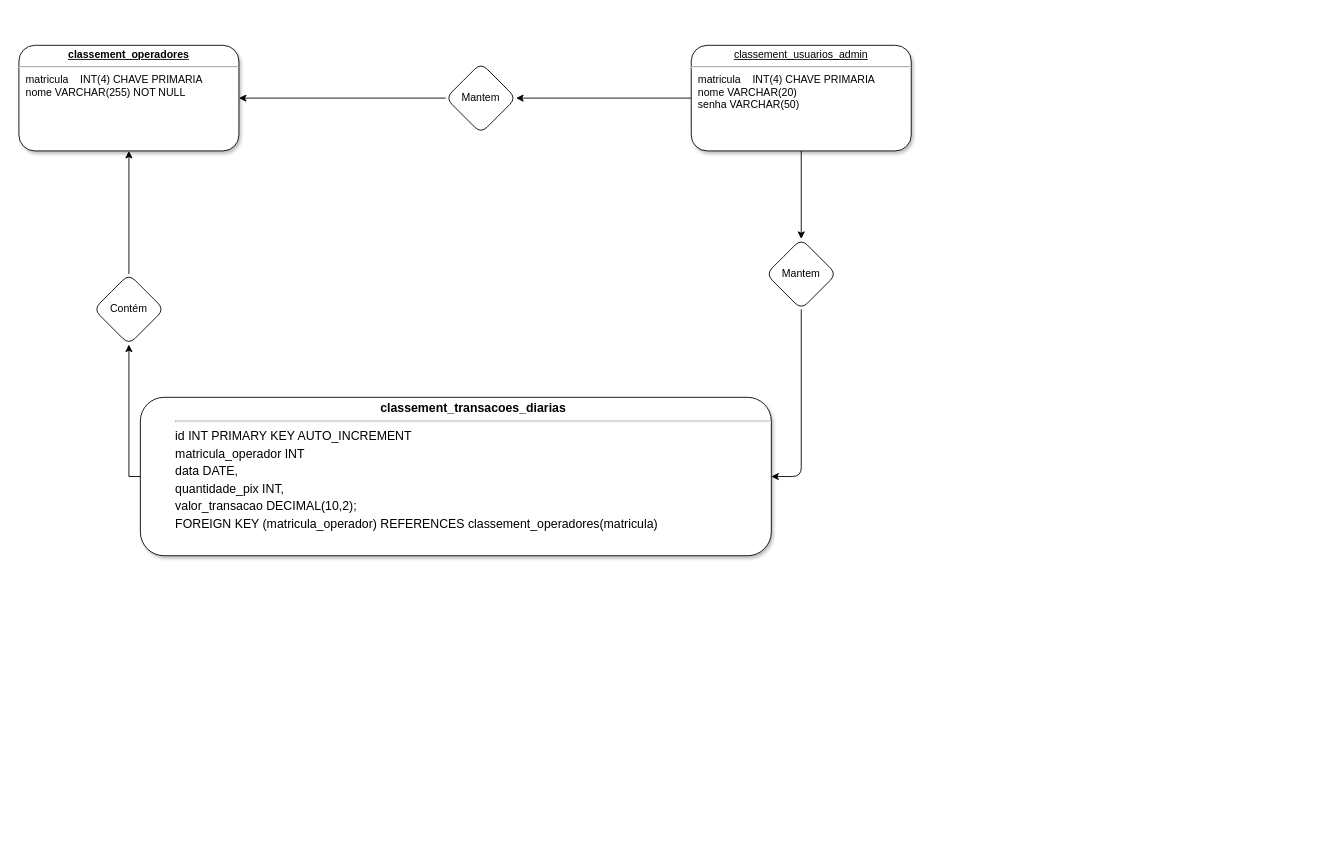
The draw.io diagram docs/database/banco.drawio in KennysSparda/Classement, before the edit. Source tidied: cells renumbered, new cells numbered last; positions are measured from the earlier drawing's top-left corner, leaving out a move shared by most shapes. Both pictures are drawn from the tidied source at 88%, with x=0, y=0 at pixel (18, 45).
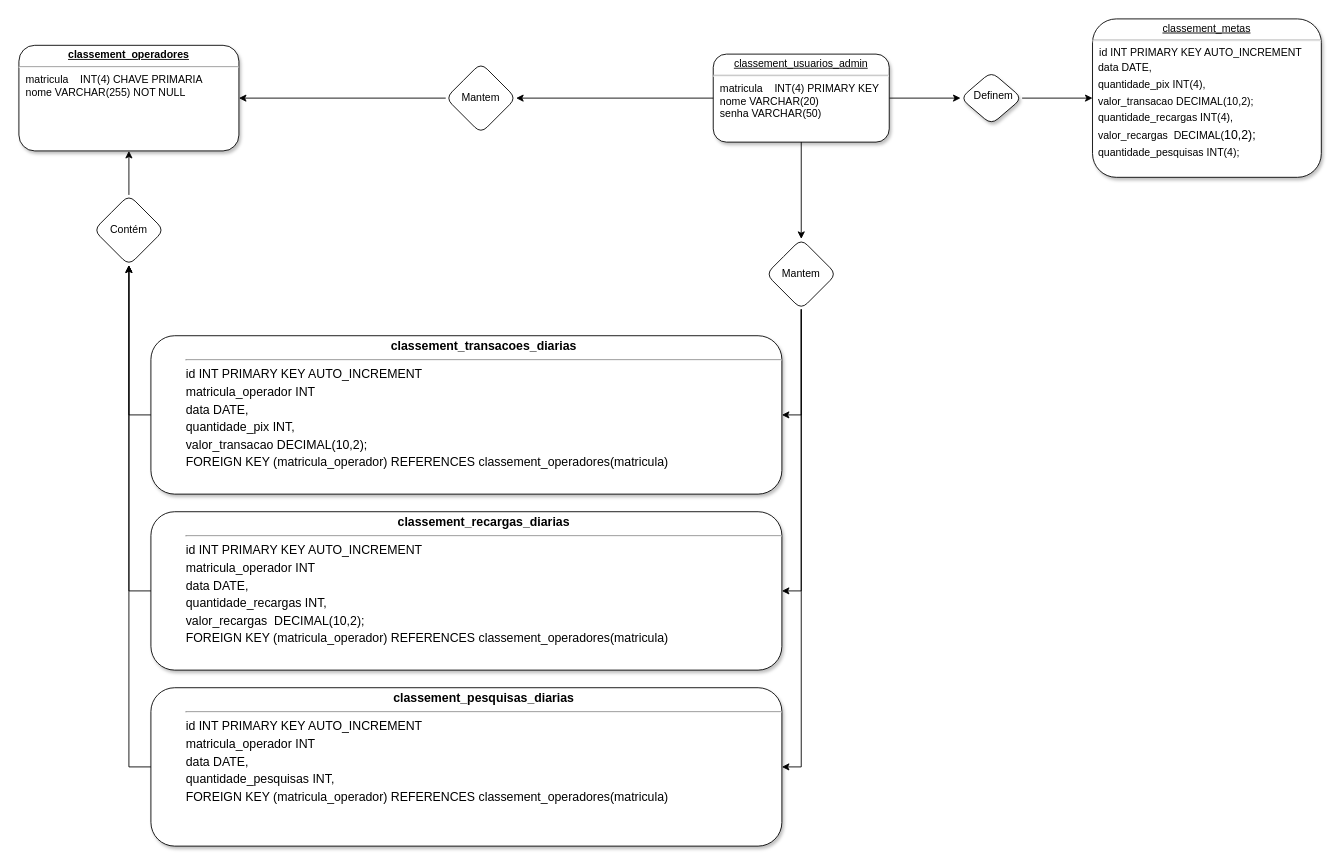
Above is the later version.

The change refers to these unchanged cells:
```xml
<mxCell id="6" value="Mantem" style="rhombus;whiteSpace=wrap;html=1;rounded=1;labelBackgroundColor=none;" parent="1" vertex="1">
  <mxGeometry x="849" y="220" width="80" height="80" as="geometry" />
</mxCell>
```

Change to the diagram source:
```diff
@@
+    <mxCell id="14" style="edgeStyle=orthogonalEdgeStyle;rounded=0;jettySize=auto;html=1;" parent="1" edge="1" source="4" target="18">
+      <mxGeometry relative="1" as="geometry" />
+    </mxCell>
-    <mxCell id="4" value="&lt;p style=&quot;margin: 0px; margin-top: 4px; text-align: center; text-decoration: underline;&quot;&gt;classement_usuarios_admin&lt;br&gt;&lt;/p&gt;&lt;hr&gt;&lt;p style=&quot;margin: 0px; margin-left: 8px;&quot;&gt;matricula&lt;span style=&quot;&quot;&gt;&lt;span style=&quot;&quot;&gt;&amp;nbsp;&amp;nbsp;&amp;nbsp;&amp;nbsp;&lt;/span&gt;&lt;/span&gt;INT(4) CHAVE PRIMARIA&lt;/p&gt;&lt;p style=&quot;margin: 0px; margin-left: 8px;&quot;&gt;nome VARCHAR(20)&lt;/p&gt;&lt;p style=&quot;margin: 0px; margin-left: 8px;&quot;&gt;&lt;span style=&quot;background-color: initial;&quot;&gt;senha VARCHAR(50)&lt;/span&gt;&lt;/p&gt;" style="verticalAlign=top;align=left;overflow=fill;fontSize=12;fontFamily=Helvetica;html=1;shadow=1;rounded=1;labelBackgroundColor=none;" parent="1" vertex="1">
-      <mxGeometry x="764" width="250" height="120" as="geometry" />
+    <mxCell id="4" value="&lt;p style=&quot;margin: 0px; margin-top: 4px; text-align: center; text-decoration: underline;&quot;&gt;classement_usuarios_admin&lt;br&gt;&lt;/p&gt;&lt;hr&gt;&lt;p style=&quot;margin: 0px; margin-left: 8px;&quot;&gt;matricula&lt;span style=&quot;&quot;&gt;&lt;span style=&quot;&quot;&gt;&amp;nbsp;&amp;nbsp;&amp;nbsp;&amp;nbsp;&lt;/span&gt;&lt;/span&gt;INT(4) PRIMARY KEY&lt;/p&gt;&lt;p style=&quot;margin: 0px; margin-left: 8px;&quot;&gt;nome VARCHAR(20)&lt;/p&gt;&lt;p style=&quot;margin: 0px; margin-left: 8px;&quot;&gt;&lt;span style=&quot;background-color: initial;&quot;&gt;senha VARCHAR(50)&lt;/span&gt;&lt;/p&gt;" style="verticalAlign=top;align=left;overflow=fill;fontSize=12;fontFamily=Helvetica;html=1;shadow=1;rounded=1;labelBackgroundColor=none;" parent="1" vertex="1">
+      <mxGeometry x="789" y="10" width="200" height="100" as="geometry" />
     </mxCell>
+    <mxCell id="15" style="edgeStyle=orthogonalEdgeStyle;rounded=0;jettySize=auto;html=1;fontSize=12;entryX=1;entryY=0.5;entryDx=0;entryDy=0;" parent="1" edge="1" source="6" target="21">
+      <mxGeometry relative="1" as="geometry" />
+    </mxCell>
-    <mxCell id="5" style="edgeStyle=orthogonalEdgeStyle;rounded=1;jettySize=auto;html=1;entryX=1;entryY=0.5;entryDx=0;entryDy=0;labelBackgroundColor=none;fontColor=default;exitX=0.5;exitY=1;exitDx=0;exitDy=0;" parent="1" edge="1" source="6" target="8">
-      <mxGeometry relative="1" as="geometry">
-        <Array as="points">
-          <mxPoint x="889" y="490" />
-        </Array>
-      </mxGeometry>
+    <mxCell id="5" style="edgeStyle=orthogonalEdgeStyle;rounded=0;jettySize=auto;html=1;entryX=1;entryY=0.5;entryDx=0;entryDy=0;fontSize=12;" parent="1" edge="1" source="6" target="8">
+      <mxGeometry relative="1" as="geometry" />
     </mxCell>
+    <mxCell id="16" style="edgeStyle=orthogonalEdgeStyle;rounded=0;jettySize=auto;html=1;entryX=1;entryY=0.5;entryDx=0;entryDy=0;fontSize=12;" parent="1" edge="1" source="6" target="23">
+      <mxGeometry relative="1" as="geometry" />
+    </mxCell>
@@
     <mxCell id="7" style="edgeStyle=orthogonalEdgeStyle;rounded=0;jettySize=auto;html=1;entryX=0.5;entryY=1;entryDx=0;entryDy=0;" parent="1" edge="1" source="8" target="13">
       <mxGeometry relative="1" as="geometry">
         <Array as="points">
-          <mxPoint x="125" y="490" />
+          <mxPoint x="125" y="420" />
         </Array>
       </mxGeometry>
     </mxCell>
     <mxCell id="8" value="&lt;blockquote style=&quot;margin: 0 0 0 40px; border: none; padding: 0px;&quot;&gt;&lt;p style=&quot;margin: 4px 0px 0px; text-align: center;&quot;&gt;&lt;font style=&quot;font-size: 14px;&quot;&gt;&lt;b&gt;classement_transacoes_diarias&lt;/b&gt;&lt;/font&gt;&lt;/p&gt;&lt;hr&gt;&lt;div style=&quot;line-height: 19px;&quot;&gt;&lt;div style=&quot;&quot;&gt;&lt;font style=&quot;font-size: 14px;&quot;&gt;id INT PRIMARY KEY AUTO_INCREMENT&lt;/font&gt;&lt;/div&gt;&lt;/div&gt;&lt;div style=&quot;line-height: 19px;&quot;&gt;&lt;div style=&quot;&quot;&gt;&lt;font style=&quot;font-size: 14px;&quot;&gt;matricula_operador INT&lt;/font&gt;&lt;/div&gt;&lt;/div&gt;&lt;div style=&quot;line-height: 19px;&quot;&gt;&lt;div style=&quot;&quot;&gt;&lt;font style=&quot;font-size: 14px;&quot;&gt;data DATE,&lt;/font&gt;&lt;/div&gt;&lt;/div&gt;&lt;div style=&quot;line-height: 19px;&quot;&gt;&lt;div style=&quot;&quot;&gt;&lt;font style=&quot;font-size: 14px;&quot;&gt;quantidade_pix INT,&lt;/font&gt;&lt;/div&gt;&lt;div style=&quot;&quot;&gt;&lt;font style=&quot;font-size: 14px;&quot;&gt;valor_transacao &lt;span style=&quot;border: 0px solid rgb(217, 217, 227); box-sizing: border-box; --tw-border-spacing-x: 0; --tw-border-spacing-y: 0; --tw-translate-x: 0; --tw-translate-y: 0; --tw-rotate: 0; --tw-skew-x: 0; --tw-skew-y: 0; --tw-scale-x: 1; --tw-scale-y: 1; --tw-pan-x: ; --tw-pan-y: ; --tw-pinch-zoom: ; --tw-scroll-snap-strictness: proximity; --tw-gradient-from-position: ; --tw-gradient-via-position: ; --tw-gradient-to-position: ; --tw-ordinal: ; --tw-slashed-zero: ; --tw-numeric-figure: ; --tw-numeric-spacing: ; --tw-numeric-fraction: ; --tw-ring-inset: ; --tw-ring-offset-width: 0px; --tw-ring-offset-color: #fff; --tw-ring-color: rgba(69,89,164,0.5); --tw-ring-offset-shadow: 0 0 transparent; --tw-ring-shadow: 0 0 transparent; --tw-shadow: 0 0 transparent; --tw-shadow-colored: 0 0 transparent; --tw-blur: ; --tw-brightness: ; --tw-contrast: ; --tw-grayscale: ; --tw-hue-rotate: ; --tw-invert: ; --tw-saturate: ; --tw-sepia: ; --tw-drop-shadow: ; --tw-backdrop-blur: ; --tw-backdrop-brightness: ; --tw-backdrop-contrast: ; --tw-backdrop-grayscale: ; --tw-backdrop-hue-rotate: ; --tw-backdrop-invert: ; --tw-backdrop-opacity: ; --tw-backdrop-saturate: ; --tw-backdrop-sepia: ;&quot; class=&quot;hljs-type&quot;&gt;DECIMAL&lt;/span&gt;(&lt;span style=&quot;border: 0px solid rgb(217, 217, 227); box-sizing: border-box; --tw-border-spacing-x: 0; --tw-border-spacing-y: 0; --tw-translate-x: 0; --tw-translate-y: 0; --tw-rotate: 0; --tw-skew-x: 0; --tw-skew-y: 0; --tw-scale-x: 1; --tw-scale-y: 1; --tw-pan-x: ; --tw-pan-y: ; --tw-pinch-zoom: ; --tw-scroll-snap-strictness: proximity; --tw-gradient-from-position: ; --tw-gradient-via-position: ; --tw-gradient-to-position: ; --tw-ordinal: ; --tw-slashed-zero: ; --tw-numeric-figure: ; --tw-numeric-spacing: ; --tw-numeric-fraction: ; --tw-ring-inset: ; --tw-ring-offset-width: 0px; --tw-ring-offset-color: #fff; --tw-ring-color: rgba(69,89,164,0.5); --tw-ring-offset-shadow: 0 0 transparent; --tw-ring-shadow: 0 0 transparent; --tw-shadow: 0 0 transparent; --tw-shadow-colored: 0 0 transparent; --tw-blur: ; --tw-brightness: ; --tw-contrast: ; --tw-grayscale: ; --tw-hue-rotate: ; --tw-invert: ; --tw-saturate: ; --tw-sepia: ; --tw-drop-shadow: ; --tw-backdrop-blur: ; --tw-backdrop-brightness: ; --tw-backdrop-contrast: ; --tw-backdrop-grayscale: ; --tw-backdrop-hue-rotate: ; --tw-backdrop-invert: ; --tw-backdrop-opacity: ; --tw-backdrop-saturate: ; --tw-backdrop-sepia: ;&quot; class=&quot;hljs-number&quot;&gt;10&lt;/span&gt;,&lt;span style=&quot;border: 0px solid rgb(217, 217, 227); box-sizing: border-box; --tw-border-spacing-x: 0; --tw-border-spacing-y: 0; --tw-translate-x: 0; --tw-translate-y: 0; --tw-rotate: 0; --tw-skew-x: 0; --tw-skew-y: 0; --tw-scale-x: 1; --tw-scale-y: 1; --tw-pan-x: ; --tw-pan-y: ; --tw-pinch-zoom: ; --tw-scroll-snap-strictness: proximity; --tw-gradient-from-position: ; --tw-gradient-via-position: ; --tw-gradient-to-position: ; --tw-ordinal: ; --tw-slashed-zero: ; --tw-numeric-figure: ; --tw-numeric-spacing: ; --tw-numeric-fraction: ; --tw-ring-inset: ; --tw-ring-offset-width: 0px; --tw-ring-offset-color: #fff; --tw-ring-color: rgba(69,89,164,0.5); --tw-ring-offset-shadow: 0 0 transparent; --tw-ring-shadow: 0 0 transparent; --tw-shadow: 0 0 transparent; --tw-shadow-colored: 0 0 transparent; --tw-blur: ; --tw-brightness: ; --tw-contrast: ; --tw-grayscale: ; --tw-hue-rotate: ; --tw-invert: ; --tw-saturate: ; --tw-sepia: ; --tw-drop-shadow: ; --tw-backdrop-blur: ; --tw-backdrop-brightness: ; --tw-backdrop-contrast: ; --tw-backdrop-grayscale: ; --tw-backdrop-hue-rotate: ; --tw-backdrop-invert: ; --tw-backdrop-opacity: ; --tw-backdrop-saturate: ; --tw-backdrop-sepia: ;&quot; class=&quot;hljs-number&quot;&gt;2&lt;/span&gt;);&lt;/font&gt;&lt;font style=&quot;font-size: 14px;&quot;&gt;&lt;br&gt;&lt;/font&gt;&lt;/div&gt;&lt;/div&gt;&lt;div style=&quot;line-height: 19px;&quot;&gt;&lt;div style=&quot;&quot;&gt;&lt;font style=&quot;font-size: 14px;&quot;&gt;FOREIGN KEY (matricula_operador) REFERENCES classement_operadores(matricula)&lt;/font&gt;&lt;/div&gt;&lt;/div&gt;&lt;/blockquote&gt;" style="verticalAlign=top;align=left;overflow=fill;fontSize=12;fontFamily=Helvetica;html=1;shadow=1;labelBackgroundColor=none;rounded=1;" parent="1" vertex="1">
-      <mxGeometry x="138" y="400" width="717" height="180" as="geometry" />
+      <mxGeometry x="150" y="330" width="717" height="180" as="geometry" />
     </mxCell>
@@
     <mxCell id="13" value="Contém" style="rhombus;whiteSpace=wrap;html=1;rounded=1;labelBackgroundColor=none;" parent="1" vertex="1">
-      <mxGeometry x="85" y="260" width="80" height="80" as="geometry" />
+      <mxGeometry x="85" y="170" width="80" height="80" as="geometry" />
     </mxCell>
+    <mxCell id="17" style="edgeStyle=orthogonalEdgeStyle;rounded=0;jettySize=auto;html=1;entryX=0;entryY=0.5;entryDx=0;entryDy=0;" parent="1" edge="1" source="18" target="19">
+      <mxGeometry relative="1" as="geometry" />
+    </mxCell>
+    <mxCell id="18" value="&lt;span style=&quot;white-space: pre;&quot;&gt;&#9;&lt;/span&gt;&lt;br&gt;&amp;nbsp; &amp;nbsp; Definem&lt;br&gt;" style="rhombus;whiteSpace=wrap;html=1;align=left;verticalAlign=top;shadow=1;rounded=1;labelBackgroundColor=none;" parent="1" vertex="1">
+      <mxGeometry x="1070" y="30" width="70" height="60" as="geometry" />
+    </mxCell>
+    <mxCell id="19" value="&lt;p style=&quot;margin: 0px; margin-top: 4px; text-align: center; text-decoration: underline;&quot;&gt;&lt;font style=&quot;font-size: 12px;&quot;&gt;classement_metas&lt;br&gt;&lt;/font&gt;&lt;/p&gt;&lt;hr&gt;&lt;p style=&quot;margin: 0px; margin-left: 8px;&quot;&gt;&lt;font style=&quot;font-size: 12px;&quot;&gt;id INT PRIMARY KEY AUTO_INCREMENT&lt;/font&gt;&lt;/p&gt;&lt;div style=&quot;line-height: 19px;&quot;&gt;&lt;font style=&quot;font-size: 12px;&quot;&gt;&amp;nbsp; data DATE,&lt;/font&gt;&lt;/div&gt;&lt;div style=&quot;line-height: 19px;&quot;&gt;&lt;div&gt;&lt;font style=&quot;font-size: 12px;&quot;&gt;&amp;nbsp; quantidade_pix INT(4),&lt;/font&gt;&lt;/div&gt;&lt;div&gt;&lt;font style=&quot;font-size: 12px;&quot;&gt;&amp;nbsp; valor_transacao&amp;nbsp;DECIMAL(&lt;span style=&quot;border: 0px solid rgb(217, 217, 227); box-sizing: border-box; --tw-border-spacing-x: 0; --tw-border-spacing-y: 0; --tw-translate-x: 0; --tw-translate-y: 0; --tw-rotate: 0; --tw-skew-x: 0; --tw-skew-y: 0; --tw-scale-x: 1; --tw-scale-y: 1; --tw-pan-x: ; --tw-pan-y: ; --tw-pinch-zoom: ; --tw-scroll-snap-strictness: proximity; --tw-gradient-from-position: ; --tw-gradient-via-position: ; --tw-gradient-to-position: ; --tw-ordinal: ; --tw-slashed-zero: ; --tw-numeric-figure: ; --tw-numeric-spacing: ; --tw-numeric-fraction: ; --tw-ring-inset: ; --tw-ring-offset-width: 0px; --tw-ring-offset-color: #fff; --tw-ring-color: rgba(69,89,164,0.5); --tw-ring-offset-shadow: 0 0 transparent; --tw-ring-shadow: 0 0 transparent; --tw-shadow: 0 0 transparent; --tw-shadow-colored: 0 0 transparent; --tw-blur: ; --tw-brightness: ; --tw-contrast: ; --tw-grayscale: ; --tw-hue-rotate: ; --tw-invert: ; --tw-saturate: ; --tw-sepia: ; --tw-drop-shadow: ; --tw-backdrop-blur: ; --tw-backdrop-brightness: ; --tw-backdrop-contrast: ; --tw-backdrop-grayscale: ; --tw-backdrop-hue-rotate: ; --tw-backdrop-invert: ; --tw-backdrop-opacity: ; --tw-backdrop-saturate: ; --tw-backdrop-sepia: ;&quot; class=&quot;hljs-number&quot;&gt;10&lt;/span&gt;,&lt;span style=&quot;border: 0px solid rgb(217, 217, 227); box-sizing: border-box; --tw-border-spacing-x: 0; --tw-border-spacing-y: 0; --tw-translate-x: 0; --tw-translate-y: 0; --tw-rotate: 0; --tw-skew-x: 0; --tw-skew-y: 0; --tw-scale-x: 1; --tw-scale-y: 1; --tw-pan-x: ; --tw-pan-y: ; --tw-pinch-zoom: ; --tw-scroll-snap-strictness: proximity; --tw-gradient-from-position: ; --tw-gradient-via-position: ; --tw-gradient-to-position: ; --tw-ordinal: ; --tw-slashed-zero: ; --tw-numeric-figure: ; --tw-numeric-spacing: ; --tw-numeric-fraction: ; --tw-ring-inset: ; --tw-ring-offset-width: 0px; --tw-ring-offset-color: #fff; --tw-ring-color: rgba(69,89,164,0.5); --tw-ring-offset-shadow: 0 0 transparent; --tw-ring-shadow: 0 0 transparent; --tw-shadow: 0 0 transparent; --tw-shadow-colored: 0 0 transparent; --tw-blur: ; --tw-brightness: ; --tw-contrast: ; --tw-grayscale: ; --tw-hue-rotate: ; --tw-invert: ; --tw-saturate: ; --tw-sepia: ; --tw-drop-shadow: ; --tw-backdrop-blur: ; --tw-backdrop-brightness: ; --tw-backdrop-contrast: ; --tw-backdrop-grayscale: ; --tw-backdrop-hue-rotate: ; --tw-backdrop-invert: ; --tw-backdrop-opacity: ; --tw-backdrop-saturate: ; --tw-backdrop-sepia: ;&quot; class=&quot;hljs-number&quot;&gt;2&lt;/span&gt;);&lt;/font&gt;&lt;/div&gt;&lt;div&gt;&lt;font style=&quot;&quot;&gt;&amp;nbsp; &lt;font style=&quot;font-size: 12px;&quot;&gt;quantidade_recargas INT(4),&lt;/font&gt;&lt;/font&gt;&lt;/div&gt;&lt;div&gt;&lt;font style=&quot;&quot;&gt;&lt;font style=&quot;font-size: 12px;&quot;&gt;&amp;nbsp; valor_recargas&amp;nbsp;&amp;nbsp;DECIMAL(&lt;span style=&quot;border: 0px solid rgb(217, 217, 227); font-size: 14px; box-sizing: border-box; --tw-border-spacing-x: 0; --tw-border-spacing-y: 0; --tw-translate-x: 0; --tw-translate-y: 0; --tw-rotate: 0; --tw-skew-x: 0; --tw-skew-y: 0; --tw-scale-x: 1; --tw-scale-y: 1; --tw-pan-x: ; --tw-pan-y: ; --tw-pinch-zoom: ; --tw-scroll-snap-strictness: proximity; --tw-gradient-from-position: ; --tw-gradient-via-position: ; --tw-gradient-to-position: ; --tw-ordinal: ; --tw-slashed-zero: ; --tw-numeric-figure: ; --tw-numeric-spacing: ; --tw-numeric-fraction: ; --tw-ring-inset: ; --tw-ring-offset-width: 0px; --tw-ring-offset-color: #fff; --tw-ring-color: rgba(69,89,164,0.5); --tw-ring-offset-shadow: 0 0 transparent; --tw-ring-shadow: 0 0 transparent; --tw-shadow: 0 0 transparent; --tw-shadow-colored: 0 0 transparent; --tw-blur: ; --tw-brightness: ; --tw-contrast: ; --tw-grayscale: ; --tw-hue-rotate: ; --tw-invert: ; --tw-saturate: ; --tw-sepia: ; --tw-drop-shadow: ; --tw-backdrop-blur: ; --tw-backdrop-brightness: ; --tw-backdrop-contrast: ; --tw-backdrop-grayscale: ; --tw-backdrop-hue-rotate: ; --tw-backdrop-invert: ; --tw-backdrop-opacity: ; --tw-backdrop-saturate: ; --tw-backdrop-sepia: ;&quot; class=&quot;hljs-number&quot;&gt;10&lt;/span&gt;&lt;span style=&quot;font-size: 14px;&quot;&gt;,&lt;/span&gt;&lt;span style=&quot;border: 0px solid rgb(217, 217, 227); font-size: 14px; box-sizing: border-box; --tw-border-spacing-x: 0; --tw-border-spacing-y: 0; --tw-translate-x: 0; --tw-translate-y: 0; --tw-rotate: 0; --tw-skew-x: 0; --tw-skew-y: 0; --tw-scale-x: 1; --tw-scale-y: 1; --tw-pan-x: ; --tw-pan-y: ; --tw-pinch-zoom: ; --tw-scroll-snap-strictness: proximity; --tw-gradient-from-position: ; --tw-gradient-via-position: ; --tw-gradient-to-position: ; --tw-ordinal: ; --tw-slashed-zero: ; --tw-numeric-figure: ; --tw-numeric-spacing: ; --tw-numeric-fraction: ; --tw-ring-inset: ; --tw-ring-offset-width: 0px; --tw-ring-offset-color: #fff; --tw-ring-color: rgba(69,89,164,0.5); --tw-ring-offset-shadow: 0 0 transparent; --tw-ring-shadow: 0 0 transparent; --tw-shadow: 0 0 transparent; --tw-shadow-colored: 0 0 transparent; --tw-blur: ; --tw-brightness: ; --tw-contrast: ; --tw-grayscale: ; --tw-hue-rotate: ; --tw-invert: ; --tw-saturate: ; --tw-sepia: ; --tw-drop-shadow: ; --tw-backdrop-blur: ; --tw-backdrop-brightness: ; --tw-backdrop-contrast: ; --tw-backdrop-grayscale: ; --tw-backdrop-hue-rotate: ; --tw-backdrop-invert: ; --tw-backdrop-opacity: ; --tw-backdrop-saturate: ; --tw-backdrop-sepia: ;&quot; class=&quot;hljs-number&quot;&gt;2&lt;/span&gt;&lt;span style=&quot;font-size: 14px;&quot;&gt;);&lt;/span&gt;&lt;br&gt;&lt;/font&gt;&lt;/font&gt;&lt;/div&gt;&lt;div&gt;&lt;font style=&quot;font-size: 12px;&quot;&gt;&amp;nbsp; quantidade_pesquisas INT(4);&lt;/font&gt;&lt;/div&gt;&lt;/div&gt;" style="verticalAlign=top;align=left;overflow=fill;fontSize=12;fontFamily=Helvetica;html=1;shadow=1;rounded=1;labelBackgroundColor=none;" parent="1" vertex="1">
+      <mxGeometry x="1220" y="-30" width="260" height="180" as="geometry" />
+    </mxCell>
+    <mxCell id="20" style="edgeStyle=orthogonalEdgeStyle;rounded=0;jettySize=auto;html=1;entryX=0.5;entryY=1;entryDx=0;entryDy=0;fontSize=12;exitX=0;exitY=0.5;exitDx=0;exitDy=0;" parent="1" edge="1" source="21" target="13">
+      <mxGeometry relative="1" as="geometry">
+        <Array as="points">
+          <mxPoint x="125" y="620" />
+        </Array>
+      </mxGeometry>
+    </mxCell>
+    <mxCell id="21" value="&lt;blockquote style=&quot;margin: 0 0 0 40px; border: none; padding: 0px;&quot;&gt;&lt;p style=&quot;margin: 4px 0px 0px; text-align: center;&quot;&gt;&lt;font style=&quot;font-size: 14px;&quot;&gt;&lt;b&gt;classement_recargas_diarias&lt;/b&gt;&lt;/font&gt;&lt;/p&gt;&lt;hr&gt;&lt;div style=&quot;line-height: 19px;&quot;&gt;&lt;div style=&quot;&quot;&gt;&lt;font style=&quot;font-size: 14px;&quot;&gt;id INT PRIMARY KEY AUTO_INCREMENT&lt;/font&gt;&lt;/div&gt;&lt;/div&gt;&lt;div style=&quot;line-height: 19px;&quot;&gt;&lt;div style=&quot;&quot;&gt;&lt;font style=&quot;font-size: 14px;&quot;&gt;matricula_operador INT&lt;/font&gt;&lt;/div&gt;&lt;/div&gt;&lt;div style=&quot;line-height: 19px;&quot;&gt;&lt;div style=&quot;&quot;&gt;&lt;font style=&quot;font-size: 14px;&quot;&gt;data DATE,&lt;/font&gt;&lt;/div&gt;&lt;/div&gt;&lt;div style=&quot;line-height: 19px;&quot;&gt;&lt;div style=&quot;&quot;&gt;&lt;font style=&quot;font-size: 14px;&quot;&gt;quantidade_recargas INT,&lt;/font&gt;&lt;/div&gt;&lt;div style=&quot;&quot;&gt;&lt;font style=&quot;font-size: 14px;&quot;&gt;&lt;div style=&quot;font-size: 12px; line-height: 19px;&quot;&gt;&lt;font style=&quot;font-size: 14px;&quot;&gt;valor_recargas&amp;nbsp;&amp;nbsp;DECIMAL(&lt;span style=&quot;border: 0px solid rgb(217, 217, 227); box-sizing: border-box; --tw-border-spacing-x: 0; --tw-border-spacing-y: 0; --tw-translate-x: 0; --tw-translate-y: 0; --tw-rotate: 0; --tw-skew-x: 0; --tw-skew-y: 0; --tw-scale-x: 1; --tw-scale-y: 1; --tw-pan-x: ; --tw-pan-y: ; --tw-pinch-zoom: ; --tw-scroll-snap-strictness: proximity; --tw-gradient-from-position: ; --tw-gradient-via-position: ; --tw-gradient-to-position: ; --tw-ordinal: ; --tw-slashed-zero: ; --tw-numeric-figure: ; --tw-numeric-spacing: ; --tw-numeric-fraction: ; --tw-ring-inset: ; --tw-ring-offset-width: 0px; --tw-ring-offset-color: #fff; --tw-ring-color: rgba(69,89,164,0.5); --tw-ring-offset-shadow: 0 0 transparent; --tw-ring-shadow: 0 0 transparent; --tw-shadow: 0 0 transparent; --tw-shadow-colored: 0 0 transparent; --tw-blur: ; --tw-brightness: ; --tw-contrast: ; --tw-grayscale: ; --tw-hue-rotate: ; --tw-invert: ; --tw-saturate: ; --tw-sepia: ; --tw-drop-shadow: ; --tw-backdrop-blur: ; --tw-backdrop-brightness: ; --tw-backdrop-contrast: ; --tw-backdrop-grayscale: ; --tw-backdrop-hue-rotate: ; --tw-backdrop-invert: ; --tw-backdrop-opacity: ; --tw-backdrop-saturate: ; --tw-backdrop-sepia: ;&quot; class=&quot;hljs-number&quot;&gt;10&lt;/span&gt;,&lt;span style=&quot;border: 0px solid rgb(217, 217, 227); box-sizing: border-box; --tw-border-spacing-x: 0; --tw-border-spacing-y: 0; --tw-translate-x: 0; --tw-translate-y: 0; --tw-rotate: 0; --tw-skew-x: 0; --tw-skew-y: 0; --tw-scale-x: 1; --tw-scale-y: 1; --tw-pan-x: ; --tw-pan-y: ; --tw-pinch-zoom: ; --tw-scroll-snap-strictness: proximity; --tw-gradient-from-position: ; --tw-gradient-via-position: ; --tw-gradient-to-position: ; --tw-ordinal: ; --tw-slashed-zero: ; --tw-numeric-figure: ; --tw-numeric-spacing: ; --tw-numeric-fraction: ; --tw-ring-inset: ; --tw-ring-offset-width: 0px; --tw-ring-offset-color: #fff; --tw-ring-color: rgba(69,89,164,0.5); --tw-ring-offset-shadow: 0 0 transparent; --tw-ring-shadow: 0 0 transparent; --tw-shadow: 0 0 transparent; --tw-shadow-colored: 0 0 transparent; --tw-blur: ; --tw-brightness: ; --tw-contrast: ; --tw-grayscale: ; --tw-hue-rotate: ; --tw-invert: ; --tw-saturate: ; --tw-sepia: ; --tw-drop-shadow: ; --tw-backdrop-blur: ; --tw-backdrop-brightness: ; --tw-backdrop-contrast: ; --tw-backdrop-grayscale: ; --tw-backdrop-hue-rotate: ; --tw-backdrop-invert: ; --tw-backdrop-opacity: ; --tw-backdrop-saturate: ; --tw-backdrop-sepia: ;&quot; class=&quot;hljs-number&quot;&gt;2&lt;/span&gt;);&lt;/font&gt;&lt;font style=&quot;font-size: 14px;&quot;&gt;&lt;br&gt;&lt;/font&gt;&lt;/div&gt;&lt;div style=&quot;font-size: 12px; line-height: 19px;&quot;&gt;&lt;/div&gt;&lt;/font&gt;&lt;/div&gt;&lt;/div&gt;&lt;div style=&quot;line-height: 19px;&quot;&gt;&lt;div style=&quot;&quot;&gt;&lt;font style=&quot;font-size: 14px;&quot;&gt;FOREIGN KEY (matricula_operador) REFERENCES classement_operadores(matricula)&lt;/font&gt;&lt;/div&gt;&lt;/div&gt;&lt;/blockquote&gt;" style="verticalAlign=top;align=left;overflow=fill;fontSize=12;fontFamily=Helvetica;html=1;shadow=1;labelBackgroundColor=none;rounded=1;" parent="1" vertex="1">
+      <mxGeometry x="150" y="530" width="717" height="180" as="geometry" />
+    </mxCell>
+    <mxCell id="22" style="edgeStyle=orthogonalEdgeStyle;rounded=0;jettySize=auto;html=1;fontSize=12;" parent="1" edge="1" source="23" target="13">
+      <mxGeometry relative="1" as="geometry">
+        <Array as="points">
+          <mxPoint x="125" y="820" />
+        </Array>
+      </mxGeometry>
+    </mxCell>
+    <mxCell id="23" value="&lt;blockquote style=&quot;margin: 0 0 0 40px; border: none; padding: 0px;&quot;&gt;&lt;p style=&quot;margin: 4px 0px 0px; text-align: center;&quot;&gt;&lt;font style=&quot;font-size: 14px;&quot;&gt;&lt;b&gt;classement_pesquisas_diarias&lt;/b&gt;&lt;/font&gt;&lt;/p&gt;&lt;hr&gt;&lt;div style=&quot;line-height: 19px;&quot;&gt;&lt;div style=&quot;&quot;&gt;&lt;font style=&quot;font-size: 14px;&quot;&gt;id INT PRIMARY KEY AUTO_INCREMENT&lt;/font&gt;&lt;/div&gt;&lt;/div&gt;&lt;div style=&quot;line-height: 19px;&quot;&gt;&lt;div style=&quot;&quot;&gt;&lt;font style=&quot;font-size: 14px;&quot;&gt;matricula_operador INT&lt;/font&gt;&lt;/div&gt;&lt;/div&gt;&lt;div style=&quot;line-height: 19px;&quot;&gt;&lt;div style=&quot;&quot;&gt;&lt;font style=&quot;font-size: 14px;&quot;&gt;data DATE,&lt;/font&gt;&lt;/div&gt;&lt;/div&gt;&lt;div style=&quot;line-height: 19px;&quot;&gt;&lt;div style=&quot;&quot;&gt;&lt;font style=&quot;font-size: 14px;&quot;&gt;quantidade_pesquisas INT,&lt;/font&gt;&lt;/div&gt;&lt;/div&gt;&lt;div style=&quot;line-height: 19px;&quot;&gt;&lt;div style=&quot;&quot;&gt;&lt;font style=&quot;font-size: 14px;&quot;&gt;FOREIGN KEY (matricula_operador) REFERENCES classement_operadores(matricula)&lt;/font&gt;&lt;/div&gt;&lt;/div&gt;&lt;/blockquote&gt;" style="verticalAlign=top;align=left;overflow=fill;fontSize=12;fontFamily=Helvetica;html=1;shadow=1;labelBackgroundColor=none;rounded=1;" parent="1" vertex="1">
+      <mxGeometry x="150" y="730" width="717" height="180" as="geometry" />
+    </mxCell>
```
